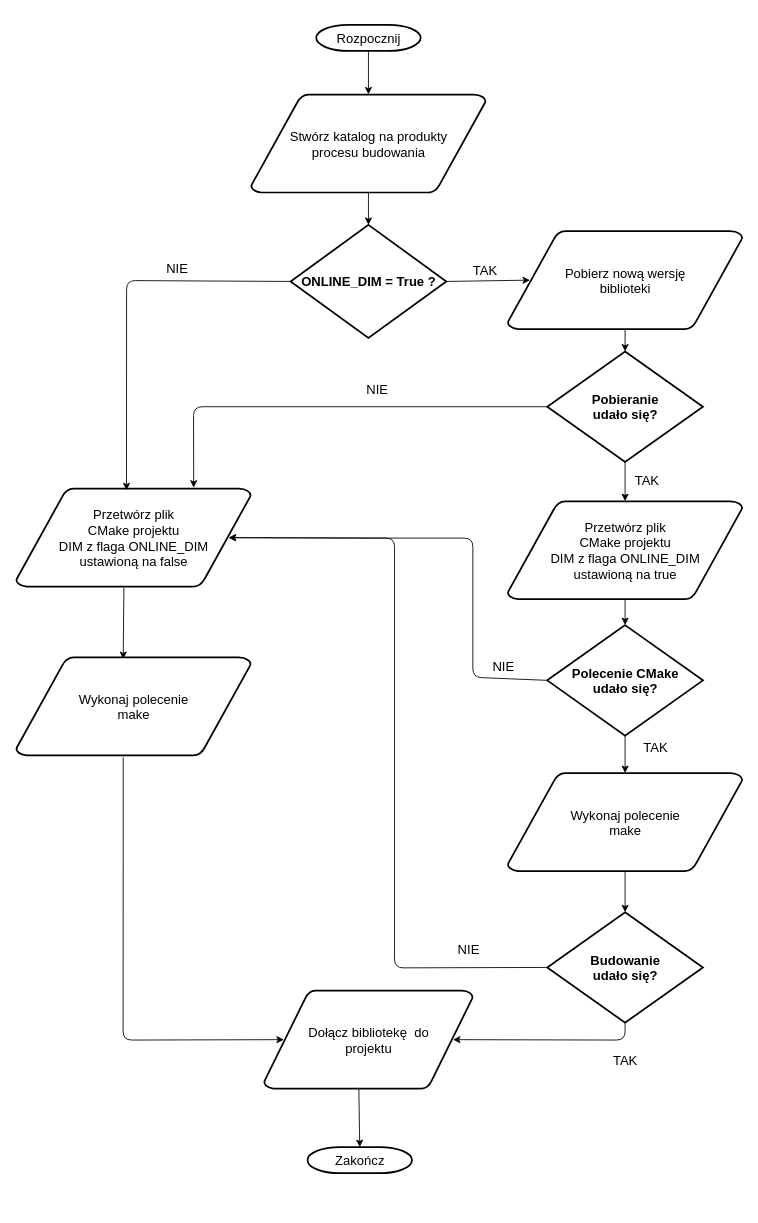
Earlier version of the draw.io diagram thesis/res/draw.io/DIMAlgo.drawio (arokasprz100/Bachelor-thesis). Source tidied: cells renumbered, new cells numbered last; positions are measured from the earlier drawing's top-left corner, leaving out a move shared by most shapes. Both pictures are drawn from the tidied source at 87%, with x=0, y=0 at pixel (16, 24).
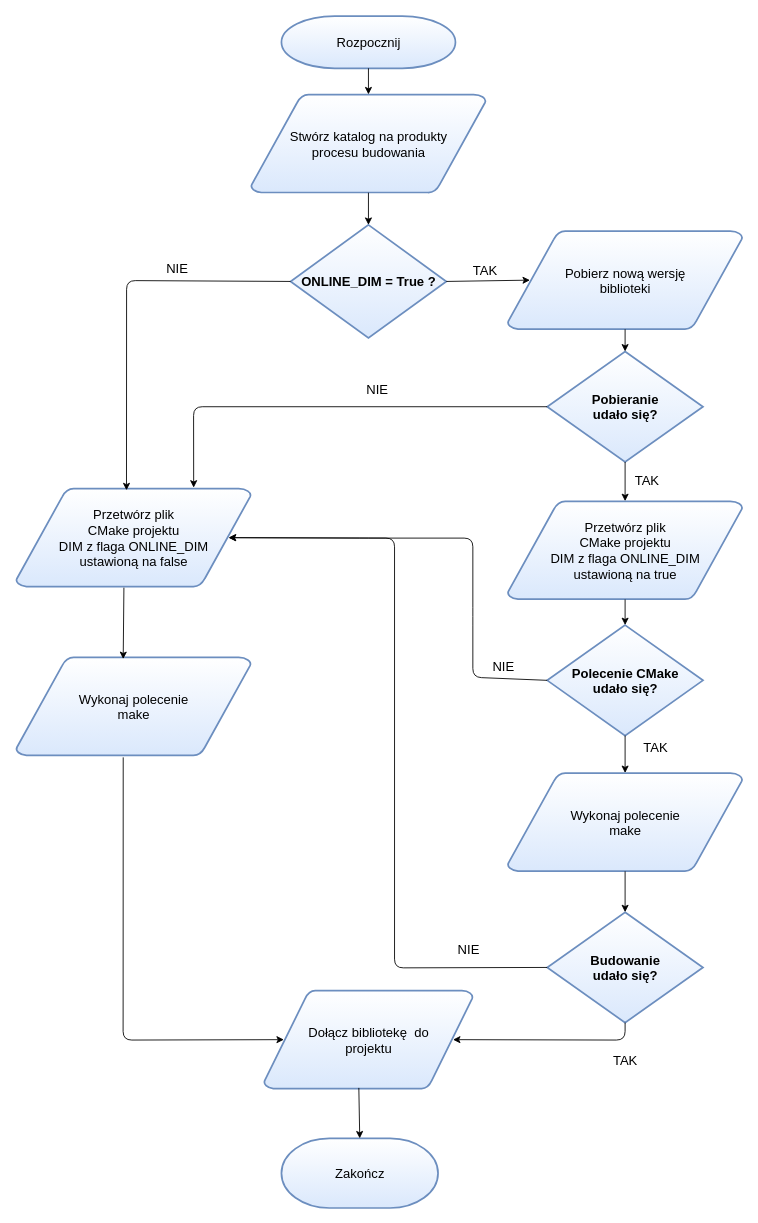
The same page after the edit.

Diff of the diagram source:
```diff
@@
-    <mxCell id="2" value="Rozpocznij" style="shape=mxgraph.flowchart.terminator;strokeWidth=2;gradientColor=none;gradientDirection=north;fontStyle=0;html=1;fontSize=15;" parent="1" vertex="1">
-      <mxGeometry x="345" width="120" height="30" as="geometry" />
+    <mxCell id="2" value="Rozpocznij" style="shape=mxgraph.flowchart.terminator;strokeWidth=2;gradientDirection=north;fontStyle=0;html=1;fontSize=15;fillColor=#dae8fc;strokeColor=#6c8ebf;gradientColor=#ffffff;" parent="1" vertex="1">
+      <mxGeometry x="305" y="-10" width="200" height="60" as="geometry" />
     </mxCell>
-    <mxCell id="3" value="&lt;strong style=&quot;font-size: 15px;&quot;&gt;ONLINE_DIM = True ?&lt;/strong&gt;" style="shape=mxgraph.flowchart.decision;strokeWidth=2;gradientColor=none;gradientDirection=north;fontStyle=0;html=1;fontSize=15;" parent="1" vertex="1">
+    <mxCell id="3" value="&lt;strong style=&quot;font-size: 15px;&quot;&gt;ONLINE_DIM = True ?&lt;/strong&gt;" style="shape=mxgraph.flowchart.decision;strokeWidth=2;gradientDirection=north;fontStyle=0;html=1;fontSize=15;fillColor=#dae8fc;strokeColor=#6c8ebf;gradientColor=#ffffff;" parent="1" vertex="1">
       <mxGeometry x="315.5" y="230" width="179" height="130" as="geometry" />
     </mxCell>
-    <mxCell id="4" value="&lt;font style=&quot;font-size: 15px;&quot;&gt;Przetwórz plik&lt;br style=&quot;font-size: 15px;&quot;&gt;CMake projektu&lt;br style=&quot;font-size: 15px;&quot;&gt;DIM z flaga ONLINE_DIM&lt;br style=&quot;font-size: 15px;&quot;&gt;ustawioną na false&lt;/font&gt;" style="shape=mxgraph.flowchart.data;strokeWidth=2;gradientColor=none;gradientDirection=north;fontStyle=0;html=1;fontSize=15;" parent="1" vertex="1">
+    <mxCell id="4" value="&lt;font style=&quot;font-size: 15px;&quot;&gt;Przetwórz plik&lt;br style=&quot;font-size: 15px;&quot;&gt;CMake projektu&lt;br style=&quot;font-size: 15px;&quot;&gt;DIM z flaga ONLINE_DIM&lt;br style=&quot;font-size: 15px;&quot;&gt;ustawioną na false&lt;/font&gt;" style="shape=mxgraph.flowchart.data;strokeWidth=2;gradientDirection=north;fontStyle=0;html=1;fontSize=15;fillColor=#dae8fc;strokeColor=#6c8ebf;gradientColor=#ffffff;" parent="1" vertex="1">
       <mxGeometry y="533" width="270" height="113" as="geometry" />
     </mxCell>
-    <mxCell id="5" value="Zakończ" style="shape=mxgraph.flowchart.terminator;strokeWidth=2;gradientColor=none;gradientDirection=north;fontStyle=0;html=1;fontSize=15;" parent="1" vertex="1">
-      <mxGeometry x="335" y="1290" width="120" height="30" as="geometry" />
+    <mxCell id="5" value="Zakończ" style="shape=mxgraph.flowchart.terminator;strokeWidth=2;gradientDirection=north;fontStyle=0;html=1;fontSize=15;fillColor=#dae8fc;strokeColor=#6c8ebf;gradientColor=#ffffff;" parent="1" vertex="1">
+      <mxGeometry x="305" y="1280" width="180" height="80" as="geometry" />
     </mxCell>
-    <mxCell id="6" value="&lt;span style=&quot;font-size: 15px&quot;&gt;Dołącz bibliotekę&amp;nbsp; do&lt;br style=&quot;font-size: 15px&quot;&gt;&lt;/span&gt;projektu" style="shape=mxgraph.flowchart.data;strokeWidth=2;gradientColor=none;gradientDirection=north;fontStyle=0;html=1;fontSize=15;" parent="1" vertex="1">
+    <mxCell id="6" value="&lt;span style=&quot;font-size: 15px&quot;&gt;Dołącz bibliotekę&amp;nbsp; do&lt;br style=&quot;font-size: 15px&quot;&gt;&lt;/span&gt;projektu" style="shape=mxgraph.flowchart.data;strokeWidth=2;gradientDirection=north;fontStyle=0;html=1;fontSize=15;fillColor=#dae8fc;strokeColor=#6c8ebf;gradientColor=#ffffff;" parent="1" vertex="1">
       <mxGeometry x="285" y="1110" width="240" height="113" as="geometry" />
     </mxCell>
-    <mxCell id="7" value="Pobierz nową wersję&lt;br&gt;biblioteki" style="shape=mxgraph.flowchart.data;strokeWidth=2;gradientColor=none;gradientDirection=north;fontStyle=0;html=1;fontSize=15;" parent="1" vertex="1">
+    <mxCell id="7" value="Pobierz nową wersję&lt;br&gt;biblioteki" style="shape=mxgraph.flowchart.data;strokeWidth=2;gradientDirection=north;fontStyle=0;html=1;fontSize=15;fillColor=#dae8fc;strokeColor=#6c8ebf;gradientColor=#ffffff;" parent="1" vertex="1">
       <mxGeometry x="565" y="237" width="270" height="113" as="geometry" />
     </mxCell>
-    <mxCell id="8" value="Stwórz katalog na produkty&lt;br&gt;procesu budowania" style="shape=mxgraph.flowchart.data;strokeWidth=2;gradientColor=none;gradientDirection=north;fontStyle=0;html=1;fontSize=15;" parent="1" vertex="1">
+    <mxCell id="8" value="Stwórz katalog na produkty&lt;br&gt;procesu budowania" style="shape=mxgraph.flowchart.data;strokeWidth=2;gradientDirection=north;fontStyle=0;html=1;fontSize=15;fillColor=#dae8fc;strokeColor=#6c8ebf;gradientColor=#ffffff;" parent="1" vertex="1">
       <mxGeometry x="270" y="80" width="270" height="113" as="geometry" />
     </mxCell>
@@
-    <mxCell id="10" value="&lt;font style=&quot;font-size: 15px&quot;&gt;Przetwórz plik&lt;br style=&quot;font-size: 15px&quot;&gt;CMake projektu&lt;br style=&quot;font-size: 15px&quot;&gt;DIM z flaga ONLINE_DIM&lt;br style=&quot;font-size: 15px&quot;&gt;ustawioną na true&lt;/font&gt;" style="shape=mxgraph.flowchart.data;strokeWidth=2;gradientColor=none;gradientDirection=north;fontStyle=0;html=1;fontSize=15;" parent="1" vertex="1">
+    <mxCell id="10" value="&lt;font style=&quot;font-size: 15px&quot;&gt;Przetwórz plik&lt;br style=&quot;font-size: 15px&quot;&gt;CMake projektu&lt;br style=&quot;font-size: 15px&quot;&gt;DIM z flaga ONLINE_DIM&lt;br style=&quot;font-size: 15px&quot;&gt;ustawioną na true&lt;/font&gt;" style="shape=mxgraph.flowchart.data;strokeWidth=2;gradientDirection=north;fontStyle=0;html=1;fontSize=15;fillColor=#dae8fc;strokeColor=#6c8ebf;gradientColor=#ffffff;" parent="1" vertex="1">
       <mxGeometry x="565" y="547.5" width="270" height="113" as="geometry" />
     </mxCell>
-    <mxCell id="11" value="&lt;strong style=&quot;font-size: 15px;&quot;&gt;Budowanie&lt;br style=&quot;font-size: 15px;&quot;&gt;udało się?&lt;br style=&quot;font-size: 15px;&quot;&gt;&lt;/strong&gt;" style="shape=mxgraph.flowchart.decision;strokeWidth=2;gradientColor=none;gradientDirection=north;fontStyle=0;html=1;fontSize=15;" parent="1" vertex="1">
+    <mxCell id="11" value="&lt;strong style=&quot;font-size: 15px;&quot;&gt;Budowanie&lt;br style=&quot;font-size: 15px;&quot;&gt;udało się?&lt;br style=&quot;font-size: 15px;&quot;&gt;&lt;/strong&gt;" style="shape=mxgraph.flowchart.decision;strokeWidth=2;gradientDirection=north;fontStyle=0;html=1;fontSize=15;fillColor=#dae8fc;strokeColor=#6c8ebf;gradientColor=#ffffff;" parent="1" vertex="1">
       <mxGeometry x="610.5" y="1020" width="179" height="127" as="geometry" />
     </mxCell>
-    <mxCell id="12" value="Wykonaj polecenie&lt;br&gt;make" style="shape=mxgraph.flowchart.data;strokeWidth=2;gradientColor=none;gradientDirection=north;fontStyle=0;html=1;fontSize=15;" parent="1" vertex="1">
+    <mxCell id="12" value="Wykonaj polecenie&lt;br&gt;make" style="shape=mxgraph.flowchart.data;strokeWidth=2;gradientDirection=north;fontStyle=0;html=1;fontSize=15;fillColor=#dae8fc;strokeColor=#6c8ebf;gradientColor=#ffffff;" parent="1" vertex="1">
       <mxGeometry y="727" width="270" height="113" as="geometry" />
     </mxCell>
-    <mxCell id="13" value="&lt;strong style=&quot;font-size: 15px;&quot;&gt;Pobieranie&lt;br style=&quot;font-size: 15px;&quot;&gt;udało się?&lt;br style=&quot;font-size: 15px;&quot;&gt;&lt;/strong&gt;" style="shape=mxgraph.flowchart.decision;strokeWidth=2;gradientColor=none;gradientDirection=north;fontStyle=0;html=1;fontSize=15;" parent="1" vertex="1">
+    <mxCell id="13" value="&lt;strong style=&quot;font-size: 15px;&quot;&gt;Pobieranie&lt;br style=&quot;font-size: 15px;&quot;&gt;udało się?&lt;br style=&quot;font-size: 15px;&quot;&gt;&lt;/strong&gt;" style="shape=mxgraph.flowchart.decision;strokeWidth=2;gradientDirection=north;fontStyle=0;html=1;fontSize=15;fillColor=#dae8fc;strokeColor=#6c8ebf;gradientColor=#ffffff;" parent="1" vertex="1">
       <mxGeometry x="610.5" y="375.5" width="179" height="127" as="geometry" />
     </mxCell>
-    <mxCell id="14" value="&lt;strong style=&quot;font-size: 15px;&quot;&gt;Polecenie CMake&lt;br style=&quot;font-size: 15px;&quot;&gt;udało się?&lt;br style=&quot;font-size: 15px;&quot;&gt;&lt;/strong&gt;" style="shape=mxgraph.flowchart.decision;strokeWidth=2;gradientColor=none;gradientDirection=north;fontStyle=0;html=1;fontSize=15;" parent="1" vertex="1">
+    <mxCell id="14" value="&lt;strong style=&quot;font-size: 15px;&quot;&gt;Polecenie CMake&lt;br style=&quot;font-size: 15px;&quot;&gt;udało się?&lt;br style=&quot;font-size: 15px;&quot;&gt;&lt;/strong&gt;" style="shape=mxgraph.flowchart.decision;strokeWidth=2;gradientDirection=north;fontStyle=0;html=1;fontSize=15;fillColor=#dae8fc;strokeColor=#6c8ebf;gradientColor=#ffffff;" parent="1" vertex="1">
       <mxGeometry x="610.5" y="690" width="179" height="127" as="geometry" />
     </mxCell>
-    <mxCell id="15" value="Wykonaj polecenie&lt;br&gt;make" style="shape=mxgraph.flowchart.data;strokeWidth=2;gradientColor=none;gradientDirection=north;fontStyle=0;html=1;fontSize=15;" parent="1" vertex="1">
+    <mxCell id="15" value="Wykonaj polecenie&lt;br&gt;make" style="shape=mxgraph.flowchart.data;strokeWidth=2;gradientDirection=north;fontStyle=0;html=1;fontSize=15;fillColor=#dae8fc;strokeColor=#6c8ebf;gradientColor=#ffffff;" parent="1" vertex="1">
       <mxGeometry x="565" y="860" width="270" height="113" as="geometry" />
     </mxCell>
```
